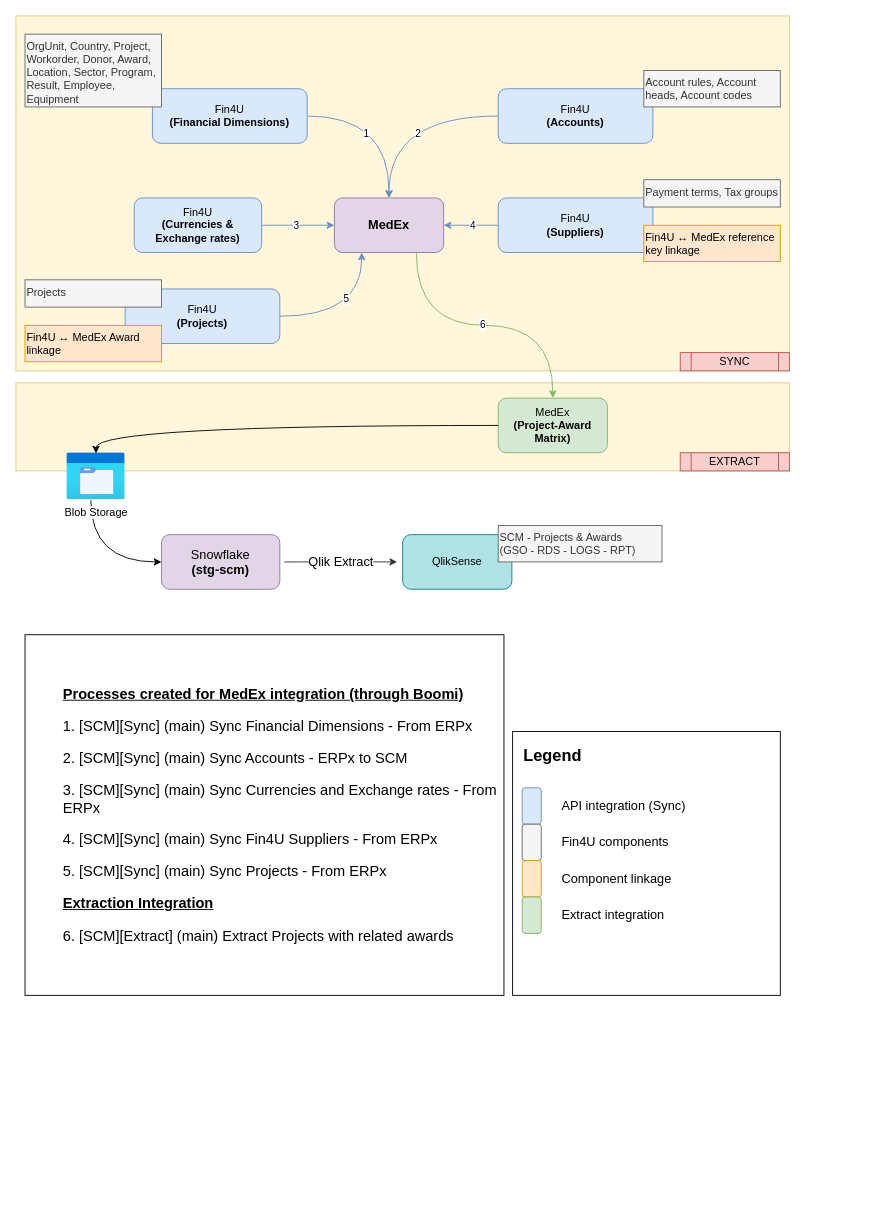
Before: MedEx Process Map.drawio in Medair/drawio, a draw.io diagram. Source tidied: cells renumbered, new cells numbered last; positions are measured from the earlier drawing's top-left corner, leaving out a move shared by most shapes. Both pictures are drawn from the tidied source at 91%, with x=0, y=0 at pixel (15, 15).
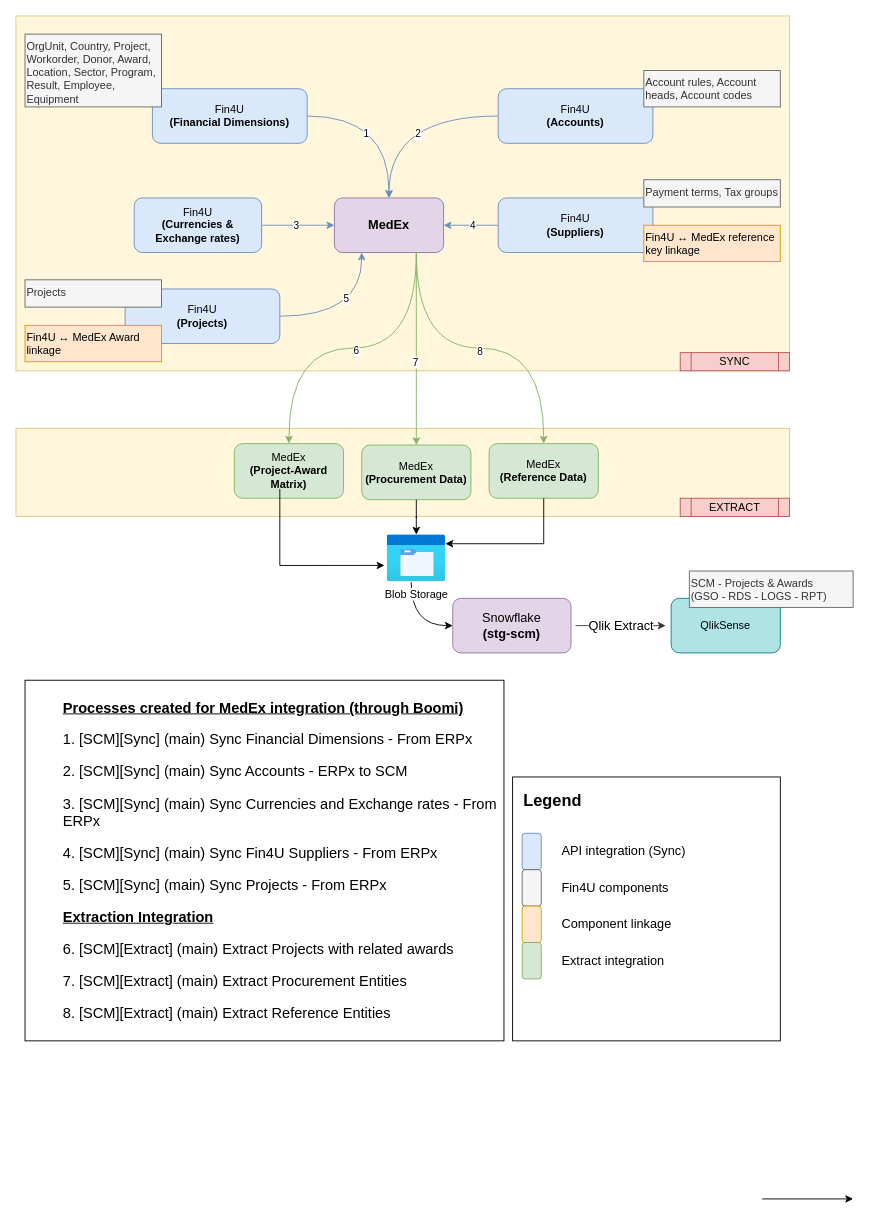
After the change.

Unchanged cells that the change refers to:
```xml
<mxCell id="3" value="&lt;span style=&quot;font-size: 14px;&quot;&gt;&lt;b&gt;MedEx&lt;/b&gt;&lt;/span&gt;" style="rounded=1;whiteSpace=wrap;html=1;fillColor=#e1d5e7;strokeColor=#9673a6;" parent="1" vertex="1">
  <mxGeometry x="350" y="200" width="120" height="60" as="geometry" />
</mxCell>
```

Change to the diagram source:
```diff
@@
-    <mxCell id="6" style="group;" parent="1" vertex="1">
-      <mxGeometry x="10" y="680" width="840" height="410" as="geometry" />
-    </mxCell>
-    <mxCell id="7" value="&lt;blockquote style=&quot;margin: 0px 0px 0px 40px; border: none; padding: 0px; font-size: 16px;&quot;&gt;&lt;p style=&quot;font-size: 16px;&quot;&gt;&lt;b&gt;&lt;u&gt;&lt;span style=&quot;font-size: 12pt; background-color: initial; font-family: Helvetica, sans-serif;&quot;&gt;Processes created for&amp;nbsp;&lt;/span&gt;&lt;span style=&quot;font-size: 12pt; background-color: initial; font-family: Helvetica, sans-serif;&quot;&gt;MedEx integration (through&amp;nbsp;Boomi)&lt;/span&gt;&lt;br&gt;&lt;/u&gt;&lt;/b&gt;&lt;/p&gt;&lt;p style=&quot;font-size: 16px;&quot;&gt;1.&amp;nbsp;[SCM][Sync] (main) Sync Financial Dimensions - From ERPx&lt;/p&gt;&lt;p style=&quot;font-size: 16px;&quot;&gt;2.&amp;nbsp;[SCM][Sync] (main) Sync Accounts - ERPx to SCM&lt;/p&gt;&lt;p style=&quot;font-size: 16px;&quot;&gt;3.&amp;nbsp;[SCM][Sync] (main) Sync Currencies and Exchange rates - From ERPx&lt;/p&gt;&lt;p style=&quot;font-size: 16px;&quot;&gt;4.&amp;nbsp;[SCM][Sync] (main) Sync Fin4U Suppliers - From ERPx&lt;/p&gt;&lt;p style=&quot;font-size: 16px;&quot;&gt;5.&amp;nbsp;[SCM][Sync] (main) Sync Projects - From ERPx&lt;/p&gt;&lt;p style=&quot;font-size: 16px;&quot;&gt;&lt;b&gt;&lt;u&gt;Extraction Integration&lt;/u&gt;&lt;/b&gt;&lt;/p&gt;&lt;p style=&quot;font-size: 16px;&quot;&gt;6.&amp;nbsp;[SCM][Extract] (main) Extract Projects with related awards&lt;/p&gt;&lt;/blockquote&gt;" style="rounded=0;whiteSpace=wrap;html=1;align=left;" parent="6" vertex="1">
-      <mxGeometry width="526.3" height="396.3" as="geometry" />
-    </mxCell>
+    <mxCell id="53" style="group;" parent="1" vertex="1">
+      <mxGeometry x="10" y="730" width="840" height="410" as="geometry" />
+    </mxCell>
+    <mxCell id="54" value="&lt;blockquote style=&quot;margin: 0px 0px 0px 40px; border: none; padding: 0px; font-size: 16px;&quot;&gt;&lt;p style=&quot;font-size: 16px;&quot;&gt;&lt;b&gt;&lt;u&gt;&lt;span style=&quot;font-size: 12pt; background-color: initial; font-family: Helvetica, sans-serif;&quot;&gt;Processes created for&amp;nbsp;&lt;/span&gt;&lt;span style=&quot;font-size: 12pt; background-color: initial; font-family: Helvetica, sans-serif;&quot;&gt;MedEx integration (through&amp;nbsp;Boomi)&lt;/span&gt;&lt;br&gt;&lt;/u&gt;&lt;/b&gt;&lt;/p&gt;&lt;p style=&quot;font-size: 16px;&quot;&gt;1.&amp;nbsp;[SCM][Sync] (main) Sync Financial Dimensions - From ERPx&lt;/p&gt;&lt;p style=&quot;font-size: 16px;&quot;&gt;2.&amp;nbsp;[SCM][Sync] (main) Sync Accounts - ERPx to SCM&lt;/p&gt;&lt;p style=&quot;font-size: 16px;&quot;&gt;3.&amp;nbsp;[SCM][Sync] (main) Sync Currencies and Exchange rates - From ERPx&lt;/p&gt;&lt;p style=&quot;font-size: 16px;&quot;&gt;4.&amp;nbsp;[SCM][Sync] (main) Sync Fin4U Suppliers - From ERPx&lt;/p&gt;&lt;p style=&quot;font-size: 16px;&quot;&gt;5.&amp;nbsp;[SCM][Sync] (main) Sync Projects - From ERPx&lt;/p&gt;&lt;p style=&quot;font-size: 16px;&quot;&gt;&lt;b&gt;&lt;u&gt;Extraction Integration&lt;/u&gt;&lt;/b&gt;&lt;/p&gt;&lt;p style=&quot;font-size: 16px;&quot;&gt;6.&amp;nbsp;[SCM][Extract] (main) Extract Projects with related awards&lt;/p&gt;&lt;p style=&quot;font-size: 16px;&quot;&gt;7.&amp;nbsp;[SCM][Extract] (main) Extract Procurement Entities&lt;/p&gt;&lt;p style=&quot;font-size: 16px;&quot;&gt;8.&amp;nbsp;[SCM][Extract] (main) Extract Reference Entities&lt;/p&gt;&lt;/blockquote&gt;" style="rounded=0;whiteSpace=wrap;html=1;align=left;" parent="53" vertex="1">
+      <mxGeometry width="526.3" height="396.3" as="geometry" />
+    </mxCell>
-    <mxCell id="8" value="&lt;font style=&quot;&quot;&gt;&lt;font style=&quot;font-size: 18px;&quot;&gt;&lt;span style=&quot;white-space: pre;&quot;&gt;&amp;nbsp;&amp;nbsp;&amp;nbsp;&amp;nbsp;&lt;/span&gt;&lt;br&gt;&lt;/font&gt;&lt;/font&gt;" style="text;html=1;align=left;verticalAlign=middle;strokeColor=none;fillColor=none;fontSize=11;fontFamily=Helvetica;fontColor=default;" parent="6" vertex="1">
+    <mxCell id="8" value="&lt;font style=&quot;&quot;&gt;&lt;font style=&quot;font-size: 18px;&quot;&gt;&lt;span style=&quot;white-space: pre;&quot;&gt;&amp;nbsp;&amp;nbsp;&amp;nbsp;&amp;nbsp;&lt;/span&gt;&lt;br&gt;&lt;/font&gt;&lt;/font&gt;" style="text;html=1;align=left;verticalAlign=middle;strokeColor=none;fillColor=none;fontSize=11;fontFamily=Helvetica;fontColor=default;" parent="53" vertex="1">
       <mxGeometry y="178.2" width="40" height="40" as="geometry" />
     </mxCell>
-    <mxCell id="9" style="rounded=0;whiteSpace=wrap;html=1;" parent="6" vertex="1">
+    <mxCell id="9" style="rounded=0;whiteSpace=wrap;html=1;" parent="53" vertex="1">
       <mxGeometry x="535.8" y="106.3" width="294.2" height="290" as="geometry" />
     </mxCell>
-    <mxCell id="10" style="rounded=1;whiteSpace=wrap;html=1;labelBackgroundColor=#E6FFCC;labelBorderColor=default;fontFamily=Helvetica;fontSize=11;fillColor=#dae8fc;strokeColor=#6c8ebf;" parent="6" vertex="1">
+    <mxCell id="10" style="rounded=1;whiteSpace=wrap;html=1;labelBackgroundColor=#E6FFCC;labelBorderColor=default;fontFamily=Helvetica;fontSize=11;fillColor=#dae8fc;strokeColor=#6c8ebf;" parent="53" vertex="1">
       <mxGeometry x="546.3" y="168.2" width="21" height="40" as="geometry" />
     </mxCell>
-    <mxCell id="11" value="&lt;span style=&quot;border-color: var(--border-color);&quot;&gt;&lt;font style=&quot;font-size: 14px;&quot;&gt;API integration (Sync)&lt;/font&gt;&lt;/span&gt;" style="text;html=1;align=left;verticalAlign=middle;strokeColor=none;fillColor=none;fontSize=12;fontFamily=Helvetica;fontColor=default;" parent="6" vertex="1">
+    <mxCell id="11" value="&lt;span style=&quot;border-color: var(--border-color);&quot;&gt;&lt;font style=&quot;font-size: 14px;&quot;&gt;API integration (Sync)&lt;/font&gt;&lt;/span&gt;" style="text;html=1;align=left;verticalAlign=middle;strokeColor=none;fillColor=none;fontSize=12;fontFamily=Helvetica;fontColor=default;" parent="53" vertex="1">
       <mxGeometry x="588.4" y="173.2" width="160" height="30" as="geometry" />
     </mxCell>
-    <mxCell id="12" value="&lt;font style=&quot;font-size: 18px;&quot;&gt;Legend&lt;/font&gt;" style="text;html=1;align=left;verticalAlign=middle;strokeColor=none;fillColor=none;fontSize=12;fontFamily=Helvetica;fontColor=default;fontStyle=1;" parent="6" vertex="1">
+    <mxCell id="12" value="&lt;font style=&quot;font-size: 18px;&quot;&gt;Legend&lt;/font&gt;" style="text;html=1;align=left;verticalAlign=middle;strokeColor=none;fillColor=none;fontSize=12;fontFamily=Helvetica;fontColor=default;fontStyle=1;" parent="53" vertex="1">
       <mxGeometry x="546.3" y="113.2" width="90" height="40" as="geometry" />
     </mxCell>
-    <mxCell id="13" style="rounded=1;whiteSpace=wrap;html=1;labelBackgroundColor=#E6FFCC;labelBorderColor=default;fontFamily=Helvetica;fontSize=11;fillColor=#f5f5f5;strokeColor=#666666;fontColor=#333333;" parent="6" vertex="1">
+    <mxCell id="13" style="rounded=1;whiteSpace=wrap;html=1;labelBackgroundColor=#E6FFCC;labelBorderColor=default;fontFamily=Helvetica;fontSize=11;fillColor=#f5f5f5;strokeColor=#666666;fontColor=#333333;" parent="53" vertex="1">
       <mxGeometry x="546.3" y="208.2" width="21" height="40" as="geometry" />
     </mxCell>
-    <mxCell id="14" value="&lt;span style=&quot;border-color: var(--border-color);&quot;&gt;&lt;font style=&quot;font-size: 14px;&quot;&gt;Fin4U components&lt;/font&gt;&lt;/span&gt;" style="text;html=1;align=left;verticalAlign=middle;strokeColor=none;fillColor=none;fontSize=12;fontFamily=Helvetica;fontColor=default;" parent="6" vertex="1">
+    <mxCell id="14" value="&lt;span style=&quot;border-color: var(--border-color);&quot;&gt;&lt;font style=&quot;font-size: 14px;&quot;&gt;Fin4U components&lt;/font&gt;&lt;/span&gt;" style="text;html=1;align=left;verticalAlign=middle;strokeColor=none;fillColor=none;fontSize=12;fontFamily=Helvetica;fontColor=default;" parent="53" vertex="1">
       <mxGeometry x="588.4" y="213.2" width="140" height="30" as="geometry" />
     </mxCell>
-    <mxCell id="15" style="rounded=1;whiteSpace=wrap;html=1;labelBackgroundColor=#E6FFCC;labelBorderColor=default;fontFamily=Helvetica;fontSize=11;fillColor=#ffe6cc;strokeColor=#d79b00;" parent="6" vertex="1">
+    <mxCell id="15" style="rounded=1;whiteSpace=wrap;html=1;labelBackgroundColor=#E6FFCC;labelBorderColor=default;fontFamily=Helvetica;fontSize=11;fillColor=#ffe6cc;strokeColor=#d79b00;" parent="53" vertex="1">
       <mxGeometry x="546.3" y="248.2" width="21" height="40" as="geometry" />
     </mxCell>
-    <mxCell id="16" value="&lt;span style=&quot;border-color: var(--border-color);&quot;&gt;&lt;font style=&quot;font-size: 14px;&quot;&gt;Component linkage&lt;/font&gt;&lt;/span&gt;" style="text;html=1;align=left;verticalAlign=middle;strokeColor=none;fillColor=none;fontSize=12;fontFamily=Helvetica;fontColor=default;" parent="6" vertex="1">
+    <mxCell id="16" value="&lt;span style=&quot;border-color: var(--border-color);&quot;&gt;&lt;font style=&quot;font-size: 14px;&quot;&gt;Component linkage&lt;/font&gt;&lt;/span&gt;" style="text;html=1;align=left;verticalAlign=middle;strokeColor=none;fillColor=none;fontSize=12;fontFamily=Helvetica;fontColor=default;" parent="53" vertex="1">
       <mxGeometry x="588.4" y="253.2" width="140" height="30" as="geometry" />
     </mxCell>
-    <mxCell id="17" style="rounded=1;whiteSpace=wrap;html=1;labelBackgroundColor=#E6FFCC;labelBorderColor=default;fontFamily=Helvetica;fontSize=11;fillColor=#d5e8d4;strokeColor=#82b366;" parent="6" vertex="1">
+    <mxCell id="17" style="rounded=1;whiteSpace=wrap;html=1;labelBackgroundColor=#E6FFCC;labelBorderColor=default;fontFamily=Helvetica;fontSize=11;fillColor=#d5e8d4;strokeColor=#82b366;" parent="53" vertex="1">
       <mxGeometry x="546.3" y="288.2" width="21" height="40" as="geometry" />
     </mxCell>
-    <mxCell id="18" value="&lt;span style=&quot;border-color: var(--border-color);&quot;&gt;&lt;font style=&quot;font-size: 14px;&quot;&gt;Extract integration&lt;/font&gt;&lt;/span&gt;" style="text;html=1;align=left;verticalAlign=middle;strokeColor=none;fillColor=none;fontSize=12;fontFamily=Helvetica;fontColor=default;" parent="6" vertex="1">
+    <mxCell id="18" value="&lt;span style=&quot;border-color: var(--border-color);&quot;&gt;&lt;font style=&quot;font-size: 14px;&quot;&gt;Extract integration&lt;/font&gt;&lt;/span&gt;" style="text;html=1;align=left;verticalAlign=middle;strokeColor=none;fillColor=none;fontSize=12;fontFamily=Helvetica;fontColor=default;" parent="53" vertex="1">
       <mxGeometry x="588.4" y="293.2" width="140" height="30" as="geometry" />
     </mxCell>
-    <mxCell id="19" style="rounded=0;whiteSpace=wrap;html=1;fillColor=#fff2cc;opacity=70;strokeColor=#d6b656;" parent="6" vertex="1">
+    <mxCell id="19" style="rounded=0;whiteSpace=wrap;html=1;fillColor=#fff2cc;opacity=70;strokeColor=#d6b656;" parent="53" vertex="1">
       <mxGeometry x="-10" y="-276.8" width="850" height="96.8" as="geometry" />
     </mxCell>
-    <mxCell id="20" value="EXTRACT" style="shape=process;whiteSpace=wrap;html=1;backgroundOutline=1;fillColor=#f8cecc;strokeColor=#b85450;" parent="6" vertex="1">
+    <mxCell id="20" value="EXTRACT" style="shape=process;whiteSpace=wrap;html=1;backgroundOutline=1;fillColor=#f8cecc;strokeColor=#b85450;" parent="53" vertex="1">
       <mxGeometry x="720" y="-200" width="120" height="20" as="geometry" />
     </mxCell>
+    <mxCell id="55" value="MedEx&lt;br&gt;&lt;b&gt;(Procurement Data)&lt;/b&gt;" style="rounded=1;whiteSpace=wrap;html=1;fillColor=#d5e8d4;strokeColor=#82b366;" parent="53" vertex="1">
+      <mxGeometry x="370" y="-258.4" width="120" height="60" as="geometry" />
+    </mxCell>
+    <mxCell id="43" value="MedEx&lt;br&gt;&lt;b&gt;(Project-Award Matrix)&lt;/b&gt;" style="rounded=1;whiteSpace=wrap;html=1;fillColor=#d5e8d4;strokeColor=#82b366;" parent="53" vertex="1">
+      <mxGeometry x="230" y="-260" width="120" height="60" as="geometry" />
+    </mxCell>
+    <mxCell id="56" value="MedEx&lt;br&gt;&lt;b&gt;(Reference Data)&lt;/b&gt;" style="rounded=1;whiteSpace=wrap;html=1;fillColor=#d5e8d4;strokeColor=#82b366;" parent="53" vertex="1">
+      <mxGeometry x="510" y="-260" width="120" height="60" as="geometry" />
+    </mxCell>
@@
-    <mxCell id="43" value="MedEx&lt;br&gt;&lt;b&gt;(Project-Award Matrix)&lt;/b&gt;" style="rounded=1;whiteSpace=wrap;html=1;fillColor=#d5e8d4;strokeColor=#82b366;" parent="1" vertex="1">
-      <mxGeometry x="530" y="420" width="120" height="60" as="geometry" />
-    </mxCell>
@@
     <mxCell id="47" value="&lt;font style=&quot;font-size: 14px;&quot;&gt;Snowflake&lt;br&gt;&lt;b&gt;(stg-scm)&lt;/b&gt;&lt;br&gt;&lt;/font&gt;" style="rounded=1;whiteSpace=wrap;html=1;fillColor=#e1d5e7;strokeColor=#9673a6;" parent="1" vertex="1">
-      <mxGeometry x="160" y="570" width="130" height="60" as="geometry" />
+      <mxGeometry x="480" y="640" width="130" height="60" as="geometry" />
     </mxCell>
     <mxCell id="48" value="QlikSense" style="rounded=1;whiteSpace=wrap;html=1;fillColor=#b0e3e6;strokeColor=#0e8088;" parent="1" vertex="1">
-      <mxGeometry x="425" y="570" width="120" height="60" as="geometry" />
+      <mxGeometry x="720" y="640" width="120" height="60" as="geometry" />
     </mxCell>
-    <mxCell id="49" style="edgeStyle=orthogonalEdgeStyle;rounded=0;jettySize=auto;html=1;entryX=0.5;entryY=0.016;entryDx=0;entryDy=0;entryPerimeter=0;curved=1;" parent="1" edge="1" source="43" target="51">
-      <mxGeometry relative="1" as="geometry" />
-    </mxCell>
@@
     <mxCell id="51" value="Blob Storage" style="image;html=1;points=[];align=center;fontSize=12;image=img/lib/azure2/general/Storage_Azure_Files.svg;" parent="1" vertex="1">
-      <mxGeometry x="56" y="480" width="64" height="52" as="geometry" />
+      <mxGeometry x="408" y="570" width="64" height="52" as="geometry" />
     </mxCell>
     <mxCell id="52" value="SCM - Projects &amp; Awards&#10;(GSO - RDS - LOGS - RPT)" style="text;whiteSpace=wrap;fillColor=#f5f5f5;fontColor=#333333;strokeColor=#666666;fontSize=12;" parent="1" vertex="1">
-      <mxGeometry x="530" y="560" width="180" height="40" as="geometry" />
+      <mxGeometry x="740" y="610" width="180" height="40" as="geometry" />
     </mxCell>
+    <mxCell id="57" style="edgeStyle=orthogonalEdgeStyle;rounded=0;jettySize=auto;html=1;exitX=0.75;exitY=1;exitDx=0;exitDy=0;entryX=0.5;entryY=0;entryDx=0;entryDy=0;curved=1;fillColor=#d5e8d4;strokeColor=#82b366;" parent="1" edge="1" source="3" target="55">
+      <mxGeometry relative="1" as="geometry" />
+    </mxCell>
+    <mxCell id="58" value="7" style="edgeLabel;html=1;align=center;verticalAlign=middle;" parent="57" vertex="1">
+      <mxGeometry x="0.13" y="-2" relative="1" as="geometry" />
+    </mxCell>
+    <mxCell id="59" style="edgeStyle=orthogonalEdgeStyle;rounded=0;jettySize=auto;html=1;exitX=0.75;exitY=1;exitDx=0;exitDy=0;entryX=0.5;entryY=0;entryDx=0;entryDy=0;fillColor=#d5e8d4;strokeColor=#82b366;curved=1;" parent="1" edge="1" source="3" target="56">
+      <mxGeometry relative="1" as="geometry" />
+    </mxCell>
+    <mxCell id="60" value="8" style="edgeLabel;html=1;align=center;verticalAlign=middle;" parent="59" vertex="1">
+      <mxGeometry x="-0.01" y="-3" relative="1" as="geometry">
+        <mxPoint x="1" as="offset" />
+      </mxGeometry>
+    </mxCell>
+    <mxCell id="61" style="edgeStyle=orthogonalEdgeStyle;rounded=0;jettySize=auto;html=1;exitX=0.5;exitY=1;exitDx=0;exitDy=0;" parent="1" edge="1" source="55" target="51">
+      <mxGeometry relative="1" as="geometry" />
+    </mxCell>
+    <mxCell id="62" style="edgeStyle=orthogonalEdgeStyle;rounded=0;jettySize=auto;html=1;exitX=0.5;exitY=1;exitDx=0;exitDy=0;" parent="1" edge="1" source="56" target="51">
+      <mxGeometry relative="1" as="geometry">
+        <Array as="points">
+          <mxPoint x="580" y="580" />
+        </Array>
+      </mxGeometry>
+    </mxCell>
+    <mxCell id="63" style="edgeStyle=orthogonalEdgeStyle;rounded=0;jettySize=auto;html=1;entryX=-0.047;entryY=0.651;entryDx=0;entryDy=0;entryPerimeter=0;" parent="1" edge="1" target="51">
+      <mxGeometry relative="1" as="geometry">
+        <mxPoint x="290" y="520" as="sourcePoint" />
+        <Array as="points">
+          <mxPoint x="290" y="520" />
+          <mxPoint x="290" y="582" />
+        </Array>
+      </mxGeometry>
+    </mxCell>
+    <mxCell id="64" style="edgeStyle=none;orthogonalLoop=1;jettySize=auto;html=1;rounded=0;" parent="1" edge="1">
+      <mxGeometry relative="1" as="geometry">
+        <mxPoint x="820" y="1300" as="sourcePoint" />
+        <mxPoint x="920" y="1300" as="targetPoint" />
+      </mxGeometry>
+    </mxCell>
```
